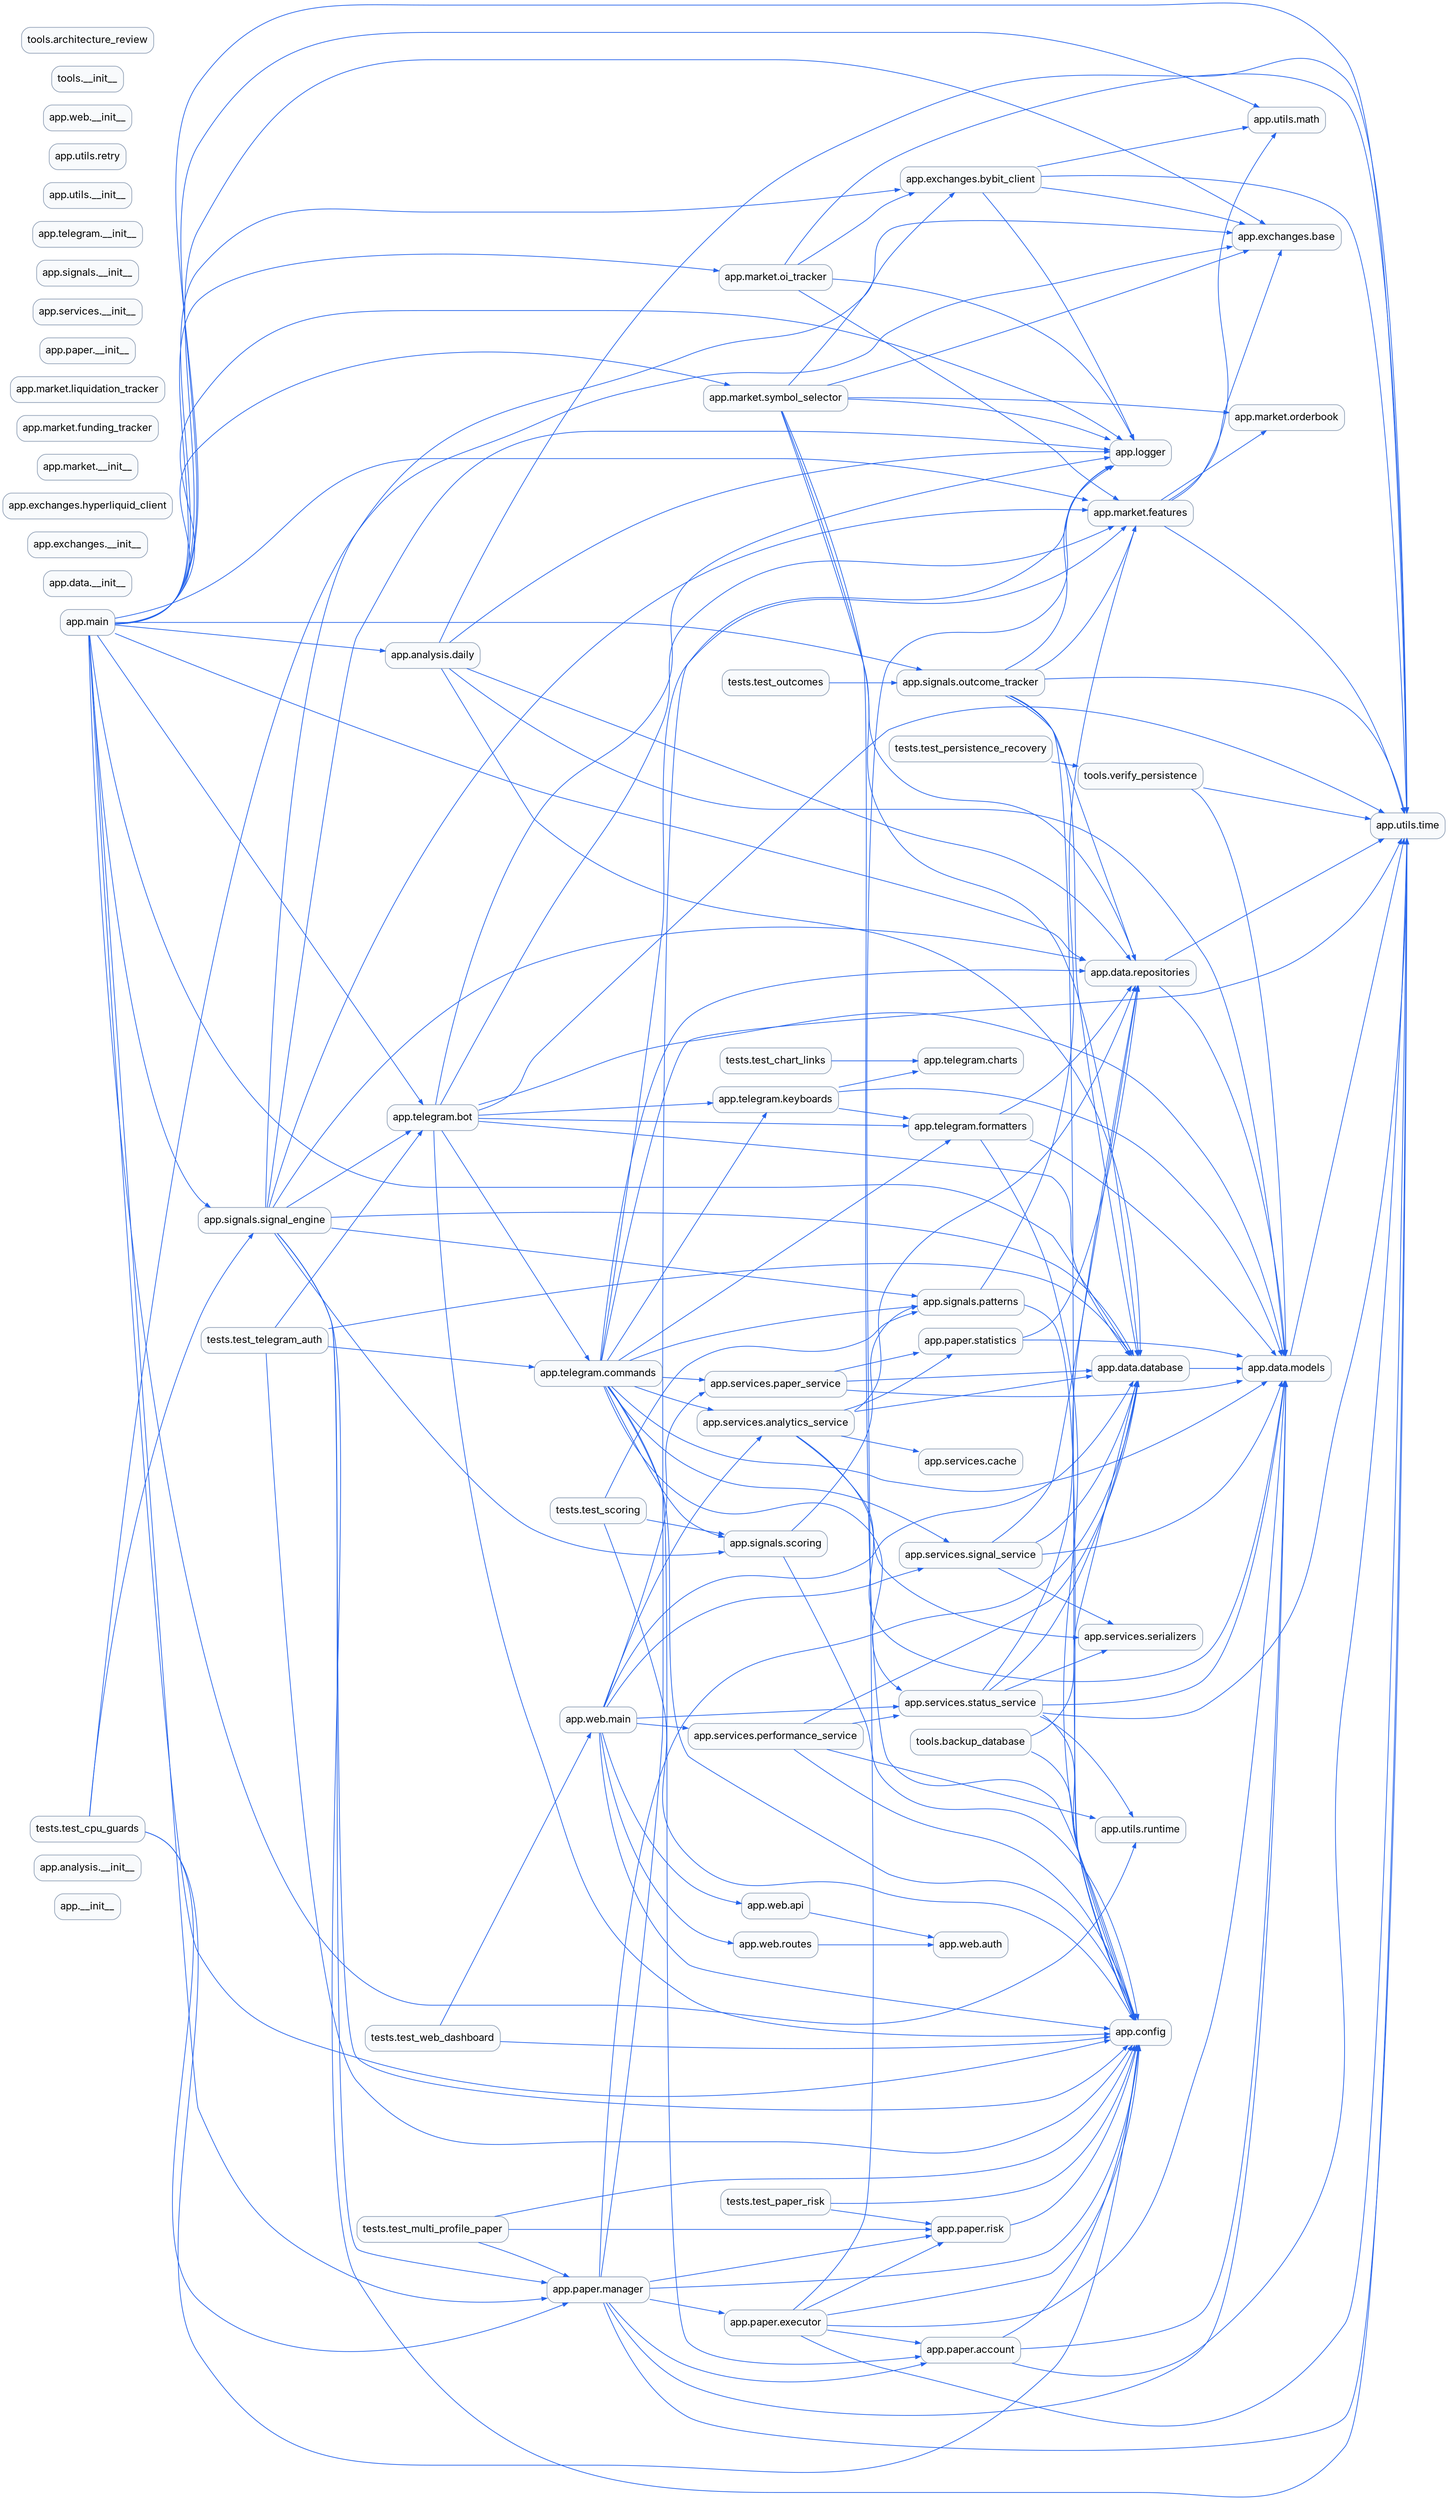
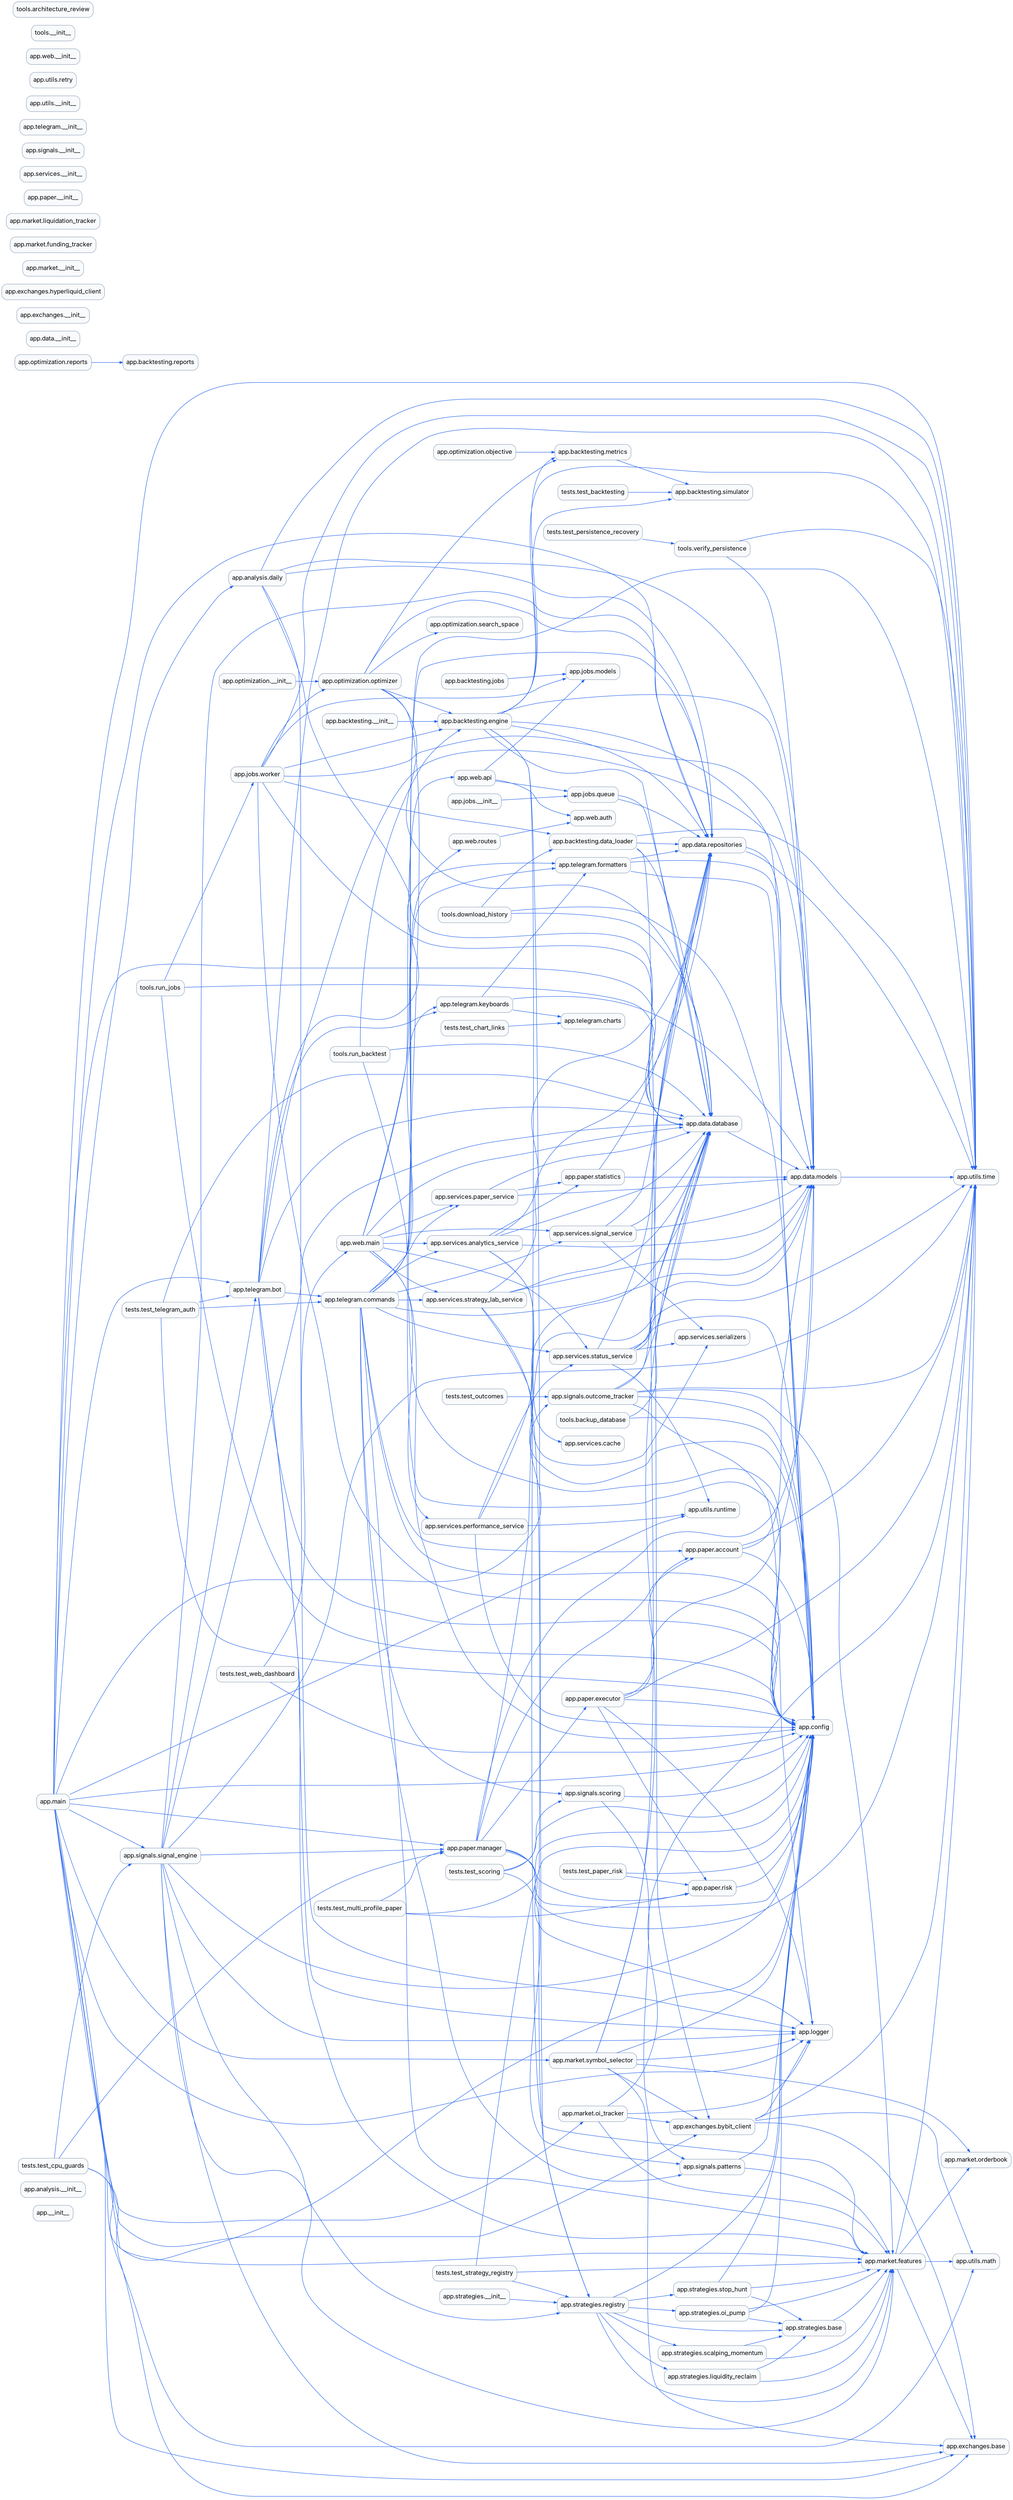
digraph imports {
  graph [rankdir=LR, bgcolor="white", splines=true];
  node [shape=box, style="rounded,filled", fillcolor="#f8fafc", color="#94a3b8", fontname="Inter"];
  edge [color="#2563eb", arrowsize=0.7];
  "app.__init__";
  "app.analysis.__init__";
  "app.analysis.daily";
+   "app.backtesting.__init__";
+   "app.backtesting.data_loader";
+   "app.backtesting.engine";
+   "app.backtesting.jobs";
+   "app.backtesting.metrics";
+   "app.backtesting.reports";
+   "app.backtesting.simulator";
  "app.config";
  "app.data.__init__";
  "app.data.database";
  "app.data.models";
  "app.data.repositories";
  "app.exchanges.__init__";
  "app.exchanges.base";
  "app.exchanges.bybit_client";
  "app.exchanges.hyperliquid_client";
+   "app.jobs.__init__";
+   "app.jobs.models";
+   "app.jobs.queue";
+   "app.jobs.worker";
  "app.logger";
  "app.main";
  "app.market.__init__";
  "app.market.features";
  "app.market.funding_tracker";
  "app.market.liquidation_tracker";
  "app.market.oi_tracker";
  "app.market.orderbook";
  "app.market.symbol_selector";
+   "app.optimization.__init__";
+   "app.optimization.objective";
+   "app.optimization.optimizer";
+   "app.optimization.reports";
+   "app.optimization.search_space";
  "app.paper.__init__";
  "app.paper.account";
  "app.paper.executor";
  "app.paper.manager";
  "app.paper.risk";
  "app.paper.statistics";
  "app.services.__init__";
  "app.services.analytics_service";
  "app.services.cache";
  "app.services.paper_service";
  "app.services.performance_service";
  "app.services.serializers";
  "app.services.signal_service";
  "app.services.status_service";
+   "app.services.strategy_lab_service";
  "app.signals.__init__";
  "app.signals.outcome_tracker";
  "app.signals.patterns";
  "app.signals.scoring";
  "app.signals.signal_engine";
+   "app.strategies.__init__";
+   "app.strategies.base";
+   "app.strategies.liquidity_reclaim";
+   "app.strategies.oi_pump";
+   "app.strategies.registry";
+   "app.strategies.scalping_momentum";
+   "app.strategies.stop_hunt";
  "app.telegram.__init__";
  "app.telegram.bot";
  "app.telegram.charts";
  "app.telegram.commands";
  "app.telegram.formatters";
  "app.telegram.keyboards";
  "app.utils.__init__";
  "app.utils.math";
  "app.utils.retry";
  "app.utils.runtime";
  "app.utils.time";
  "app.web.__init__";
  "app.web.api";
  "app.web.auth";
  "app.web.main";
  "app.web.routes";
+   "tests.test_backtesting";
  "tests.test_chart_links";
  "tests.test_cpu_guards";
  "tests.test_multi_profile_paper";
  "tests.test_outcomes";
  "tests.test_paper_risk";
  "tests.test_persistence_recovery";
  "tests.test_scoring";
+   "tests.test_strategy_registry";
  "tests.test_telegram_auth";
  "tests.test_web_dashboard";
  "tools.__init__";
  "tools.architecture_review";
  "tools.backup_database";
+   "tools.download_history";
+   "tools.run_backtest";
+   "tools.run_jobs";
  "tools.verify_persistence";
  "app.analysis.daily" -> "app.data.database";
  "app.analysis.daily" -> "app.data.models";
  "app.analysis.daily" -> "app.data.repositories";
  "app.analysis.daily" -> "app.logger";
  "app.analysis.daily" -> "app.utils.time";
+   "app.backtesting.__init__" -> "app.backtesting.engine";
+   "app.backtesting.data_loader" -> "app.data.database";
+   "app.backtesting.data_loader" -> "app.data.repositories";
+   "app.backtesting.data_loader" -> "app.exchanges.bybit_client";
+   "app.backtesting.data_loader" -> "app.utils.time";
+   "app.backtesting.engine" -> "app.backtesting.metrics";
+   "app.backtesting.engine" -> "app.backtesting.simulator";
+   "app.backtesting.engine" -> "app.config";
+   "app.backtesting.engine" -> "app.data.database";
+   "app.backtesting.engine" -> "app.data.models";
+   "app.backtesting.engine" -> "app.data.repositories";
+   "app.backtesting.engine" -> "app.market.features";
+   "app.backtesting.engine" -> "app.strategies.registry";
+   "app.backtesting.engine" -> "app.utils.time";
+   "app.backtesting.jobs" -> "app.jobs.models";
+   "app.backtesting.metrics" -> "app.backtesting.simulator";
  "app.data.database" -> "app.data.models";
  "app.data.models" -> "app.utils.time";
  "app.data.repositories" -> "app.data.models";
  "app.data.repositories" -> "app.utils.time";
  "app.exchanges.bybit_client" -> "app.exchanges.base";
  "app.exchanges.bybit_client" -> "app.logger";
  "app.exchanges.bybit_client" -> "app.utils.math";
  "app.exchanges.bybit_client" -> "app.utils.time";
+   "app.jobs.__init__" -> "app.jobs.queue";
+   "app.jobs.queue" -> "app.data.database";
+   "app.jobs.queue" -> "app.data.repositories";
+   "app.jobs.worker" -> "app.backtesting.data_loader";
+   "app.jobs.worker" -> "app.backtesting.engine";
+   "app.jobs.worker" -> "app.config";
+   "app.jobs.worker" -> "app.data.database";
+   "app.jobs.worker" -> "app.data.models";
+   "app.jobs.worker" -> "app.jobs.models";
+   "app.jobs.worker" -> "app.optimization.optimizer";
+   "app.jobs.worker" -> "app.utils.time";
  "app.main" -> "app.analysis.daily";
  "app.main" -> "app.config";
  "app.main" -> "app.data.database";
  "app.main" -> "app.data.repositories";
  "app.main" -> "app.exchanges.base";
  "app.main" -> "app.exchanges.bybit_client";
  "app.main" -> "app.logger";
  "app.main" -> "app.market.features";
  "app.main" -> "app.market.oi_tracker";
  "app.main" -> "app.market.symbol_selector";
  "app.main" -> "app.paper.manager";
  "app.main" -> "app.signals.outcome_tracker";
  "app.main" -> "app.signals.signal_engine";
  "app.main" -> "app.telegram.bot";
  "app.main" -> "app.utils.math";
  "app.main" -> "app.utils.runtime";
  "app.main" -> "app.utils.time";
  "app.market.features" -> "app.exchanges.base";
  "app.market.features" -> "app.market.orderbook";
  "app.market.features" -> "app.utils.math";
  "app.market.features" -> "app.utils.time";
  "app.market.oi_tracker" -> "app.exchanges.bybit_client";
  "app.market.oi_tracker" -> "app.logger";
  "app.market.oi_tracker" -> "app.market.features";
  "app.market.oi_tracker" -> "app.utils.time";
  "app.market.symbol_selector" -> "app.config";
  "app.market.symbol_selector" -> "app.data.database";
  "app.market.symbol_selector" -> "app.data.repositories";
  "app.market.symbol_selector" -> "app.exchanges.base";
  "app.market.symbol_selector" -> "app.exchanges.bybit_client";
  "app.market.symbol_selector" -> "app.logger";
  "app.market.symbol_selector" -> "app.market.orderbook";
+   "app.optimization.__init__" -> "app.optimization.optimizer";
+   "app.optimization.objective" -> "app.backtesting.metrics";
+   "app.optimization.optimizer" -> "app.backtesting.engine";
+   "app.optimization.optimizer" -> "app.backtesting.metrics";
+   "app.optimization.optimizer" -> "app.config";
+   "app.optimization.optimizer" -> "app.data.database";
+   "app.optimization.optimizer" -> "app.data.repositories";
+   "app.optimization.optimizer" -> "app.optimization.search_space";
+   "app.optimization.reports" -> "app.backtesting.reports";
  "app.paper.account" -> "app.config";
  "app.paper.account" -> "app.data.models";
  "app.paper.account" -> "app.utils.time";
  "app.paper.executor" -> "app.config";
  "app.paper.executor" -> "app.data.models";
  "app.paper.executor" -> "app.logger";
  "app.paper.executor" -> "app.paper.account";
  "app.paper.executor" -> "app.paper.risk";
  "app.paper.executor" -> "app.utils.time";
  "app.paper.manager" -> "app.config";
  "app.paper.manager" -> "app.data.database";
  "app.paper.manager" -> "app.data.models";
  "app.paper.manager" -> "app.logger";
  "app.paper.manager" -> "app.paper.account";
  "app.paper.manager" -> "app.paper.executor";
  "app.paper.manager" -> "app.paper.risk";
  "app.paper.manager" -> "app.utils.time";
  "app.paper.risk" -> "app.config";
  "app.paper.statistics" -> "app.data.models";
  "app.paper.statistics" -> "app.data.repositories";
  "app.services.analytics_service" -> "app.data.database";
  "app.services.analytics_service" -> "app.data.models";
  "app.services.analytics_service" -> "app.data.repositories";
  "app.services.analytics_service" -> "app.paper.statistics";
  "app.services.analytics_service" -> "app.services.cache";
  "app.services.analytics_service" -> "app.services.serializers";
  "app.services.paper_service" -> "app.data.database";
  "app.services.paper_service" -> "app.data.models";
  "app.services.paper_service" -> "app.paper.statistics";
  "app.services.performance_service" -> "app.config";
  "app.services.performance_service" -> "app.data.database";
  "app.services.performance_service" -> "app.services.status_service";
  "app.services.performance_service" -> "app.utils.runtime";
  "app.services.signal_service" -> "app.data.database";
  "app.services.signal_service" -> "app.data.models";
  "app.services.signal_service" -> "app.data.repositories";
  "app.services.signal_service" -> "app.services.serializers";
  "app.services.status_service" -> "app.config";
  "app.services.status_service" -> "app.data.database";
  "app.services.status_service" -> "app.data.models";
  "app.services.status_service" -> "app.data.repositories";
  "app.services.status_service" -> "app.services.serializers";
  "app.services.status_service" -> "app.utils.runtime";
  "app.services.status_service" -> "app.utils.time";
+   "app.services.strategy_lab_service" -> "app.config";
+   "app.services.strategy_lab_service" -> "app.data.database";
+   "app.services.strategy_lab_service" -> "app.data.models";
+   "app.services.strategy_lab_service" -> "app.data.repositories";
+   "app.services.strategy_lab_service" -> "app.strategies.registry";
  "app.signals.outcome_tracker" -> "app.config";
  "app.signals.outcome_tracker" -> "app.data.database";
  "app.signals.outcome_tracker" -> "app.data.repositories";
  "app.signals.outcome_tracker" -> "app.logger";
  "app.signals.outcome_tracker" -> "app.market.features";
  "app.signals.outcome_tracker" -> "app.utils.time";
  "app.signals.patterns" -> "app.config";
  "app.signals.patterns" -> "app.market.features";
  "app.signals.scoring" -> "app.config";
  "app.signals.scoring" -> "app.signals.patterns";
  "app.signals.signal_engine" -> "app.config";
  "app.signals.signal_engine" -> "app.data.database";
  "app.signals.signal_engine" -> "app.data.repositories";
  "app.signals.signal_engine" -> "app.exchanges.base";
  "app.signals.signal_engine" -> "app.logger";
  "app.signals.signal_engine" -> "app.market.features";
  "app.signals.signal_engine" -> "app.paper.manager";
-   "app.signals.signal_engine" -> "app.signals.patterns";
-   "app.signals.signal_engine" -> "app.signals.scoring";
+   "app.signals.signal_engine" -> "app.strategies.registry";
  "app.signals.signal_engine" -> "app.telegram.bot";
  "app.signals.signal_engine" -> "app.utils.time";
+   "app.strategies.__init__" -> "app.strategies.registry";
+   "app.strategies.base" -> "app.market.features";
+   "app.strategies.liquidity_reclaim" -> "app.market.features";
+   "app.strategies.liquidity_reclaim" -> "app.strategies.base";
+   "app.strategies.oi_pump" -> "app.config";
+   "app.strategies.oi_pump" -> "app.market.features";
+   "app.strategies.oi_pump" -> "app.strategies.base";
+   "app.strategies.registry" -> "app.config";
+   "app.strategies.registry" -> "app.market.features";
+   "app.strategies.registry" -> "app.strategies.base";
+   "app.strategies.registry" -> "app.strategies.liquidity_reclaim";
+   "app.strategies.registry" -> "app.strategies.oi_pump";
+   "app.strategies.registry" -> "app.strategies.scalping_momentum";
+   "app.strategies.registry" -> "app.strategies.stop_hunt";
+   "app.strategies.scalping_momentum" -> "app.market.features";
+   "app.strategies.scalping_momentum" -> "app.strategies.base";
+   "app.strategies.stop_hunt" -> "app.config";
+   "app.strategies.stop_hunt" -> "app.market.features";
+   "app.strategies.stop_hunt" -> "app.strategies.base";
  "app.telegram.bot" -> "app.config";
  "app.telegram.bot" -> "app.data.database";
  "app.telegram.bot" -> "app.data.models";
  "app.telegram.bot" -> "app.logger";
  "app.telegram.bot" -> "app.market.features";
  "app.telegram.bot" -> "app.telegram.commands";
  "app.telegram.bot" -> "app.telegram.formatters";
  "app.telegram.bot" -> "app.telegram.keyboards";
  "app.telegram.bot" -> "app.utils.time";
  "app.telegram.commands" -> "app.config";
  "app.telegram.commands" -> "app.data.models";
  "app.telegram.commands" -> "app.data.repositories";
  "app.telegram.commands" -> "app.market.features";
  "app.telegram.commands" -> "app.paper.account";
  "app.telegram.commands" -> "app.services.analytics_service";
  "app.telegram.commands" -> "app.services.paper_service";
  "app.telegram.commands" -> "app.services.signal_service";
  "app.telegram.commands" -> "app.services.status_service";
+   "app.telegram.commands" -> "app.services.strategy_lab_service";
  "app.telegram.commands" -> "app.signals.patterns";
  "app.telegram.commands" -> "app.signals.scoring";
  "app.telegram.commands" -> "app.telegram.formatters";
  "app.telegram.commands" -> "app.telegram.keyboards";
  "app.telegram.commands" -> "app.utils.time";
  "app.telegram.formatters" -> "app.config";
  "app.telegram.formatters" -> "app.data.models";
  "app.telegram.formatters" -> "app.data.repositories";
  "app.telegram.keyboards" -> "app.data.models";
  "app.telegram.keyboards" -> "app.telegram.charts";
  "app.telegram.keyboards" -> "app.telegram.formatters";
+   "app.web.api" -> "app.jobs.models";
+   "app.web.api" -> "app.jobs.queue";
  "app.web.api" -> "app.web.auth";
  "app.web.main" -> "app.config";
  "app.web.main" -> "app.data.database";
  "app.web.main" -> "app.services.analytics_service";
  "app.web.main" -> "app.services.paper_service";
  "app.web.main" -> "app.services.performance_service";
  "app.web.main" -> "app.services.signal_service";
  "app.web.main" -> "app.services.status_service";
+   "app.web.main" -> "app.services.strategy_lab_service";
  "app.web.main" -> "app.web.api";
  "app.web.main" -> "app.web.routes";
  "app.web.routes" -> "app.web.auth";
+   "tests.test_backtesting" -> "app.backtesting.simulator";
  "tests.test_chart_links" -> "app.telegram.charts";
  "tests.test_cpu_guards" -> "app.config";
  "tests.test_cpu_guards" -> "app.exchanges.base";
  "tests.test_cpu_guards" -> "app.paper.manager";
  "tests.test_cpu_guards" -> "app.signals.signal_engine";
  "tests.test_multi_profile_paper" -> "app.config";
  "tests.test_multi_profile_paper" -> "app.paper.manager";
  "tests.test_multi_profile_paper" -> "app.paper.risk";
  "tests.test_outcomes" -> "app.signals.outcome_tracker";
  "tests.test_paper_risk" -> "app.config";
  "tests.test_paper_risk" -> "app.paper.risk";
  "tests.test_persistence_recovery" -> "tools.verify_persistence";
  "tests.test_scoring" -> "app.config";
  "tests.test_scoring" -> "app.signals.patterns";
  "tests.test_scoring" -> "app.signals.scoring";
+   "tests.test_strategy_registry" -> "app.config";
+   "tests.test_strategy_registry" -> "app.market.features";
+   "tests.test_strategy_registry" -> "app.strategies.registry";
  "tests.test_telegram_auth" -> "app.config";
  "tests.test_telegram_auth" -> "app.data.database";
  "tests.test_telegram_auth" -> "app.telegram.bot";
  "tests.test_telegram_auth" -> "app.telegram.commands";
  "tests.test_web_dashboard" -> "app.config";
  "tests.test_web_dashboard" -> "app.web.main";
  "tools.backup_database" -> "app.config";
  "tools.backup_database" -> "app.data.database";
+   "tools.download_history" -> "app.backtesting.data_loader";
+   "tools.download_history" -> "app.config";
+   "tools.download_history" -> "app.data.database";
+   "tools.run_backtest" -> "app.backtesting.engine";
+   "tools.run_backtest" -> "app.config";
+   "tools.run_backtest" -> "app.data.database";
+   "tools.run_jobs" -> "app.config";
+   "tools.run_jobs" -> "app.data.database";
+   "tools.run_jobs" -> "app.jobs.worker";
  "tools.verify_persistence" -> "app.data.models";
  "tools.verify_persistence" -> "app.utils.time";
}
